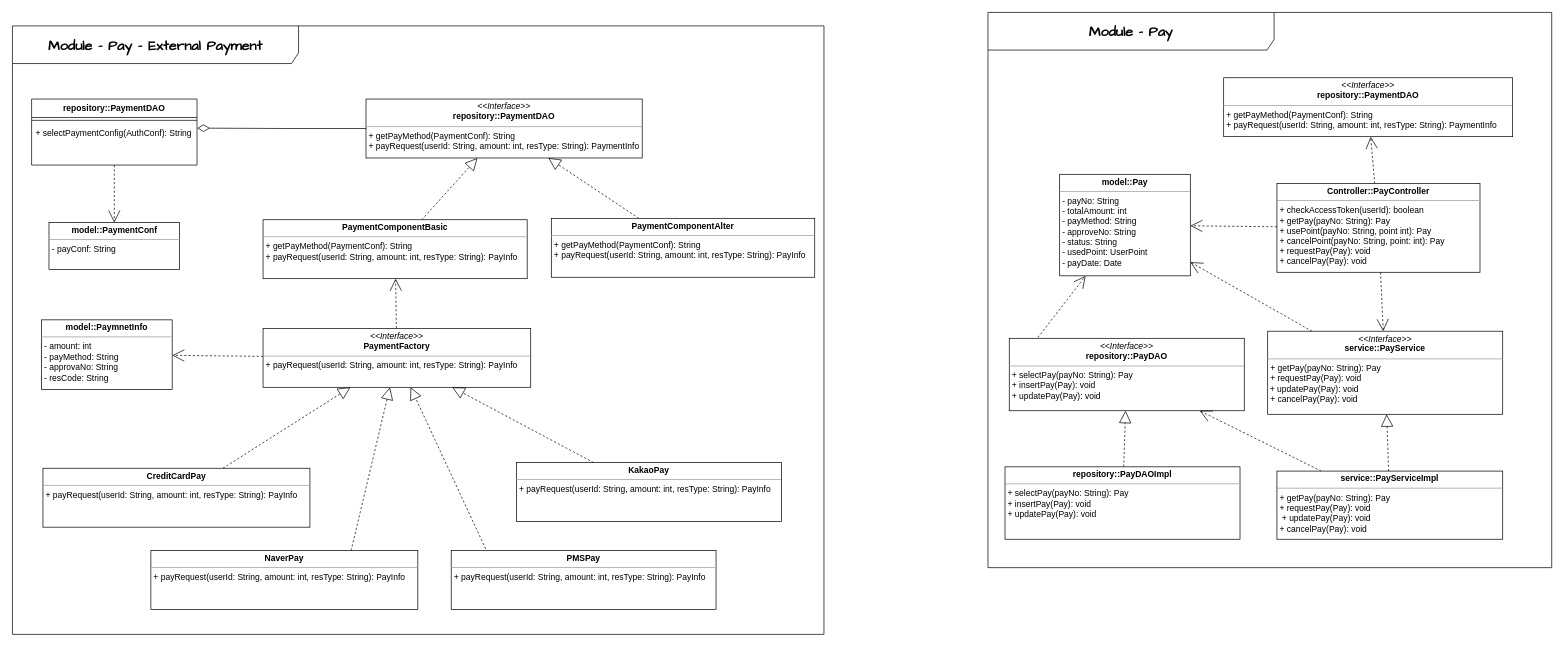
This is Module/Pay.drawio from coldmu/aa_exam, a draw.io file, before an edit. Source tidied: cells renumbered, new cells numbered last; positions are measured from the earlier drawing's top-left corner, leaving out a move shared by most shapes. Both pictures are drawn from the tidied source at 71%, with x=0, y=0 at pixel (12, 12).
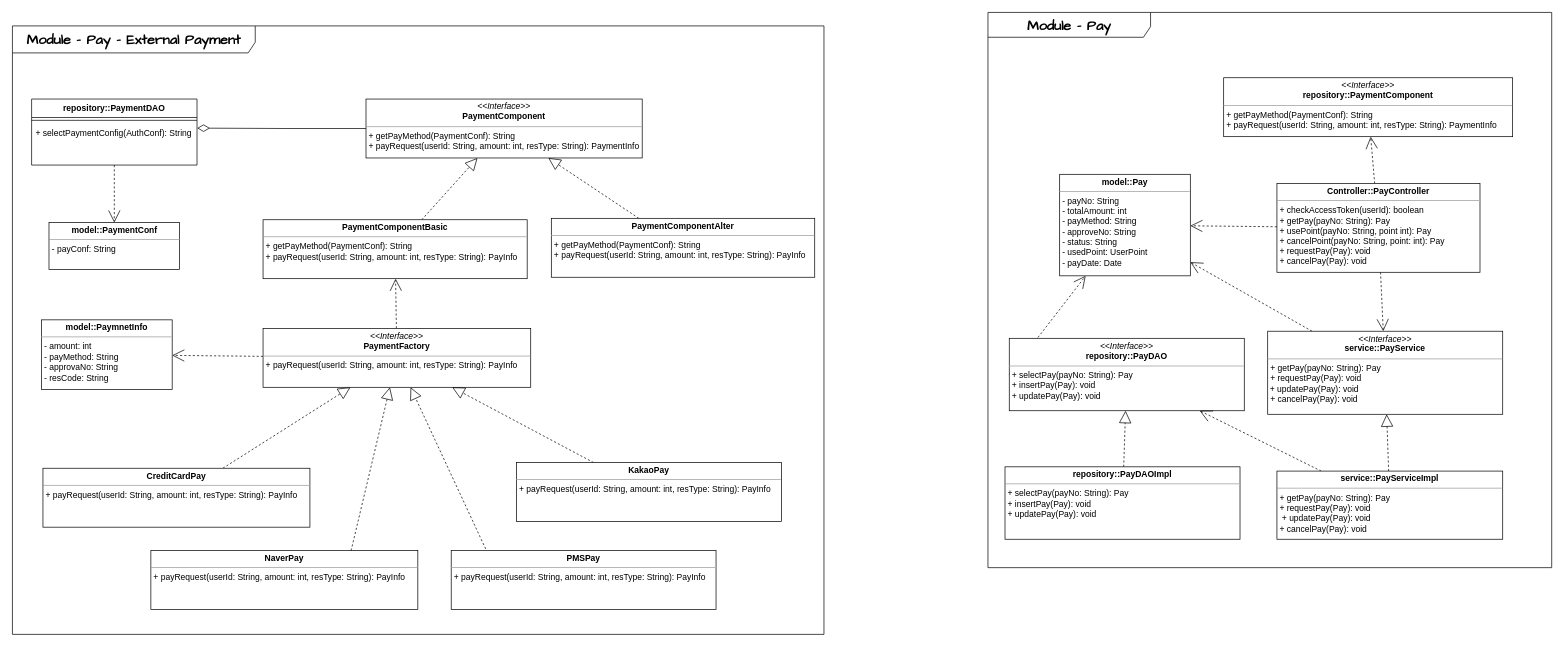
The same diagram, later.

What changed in the source:
```diff
@@
-    <mxCell id="6" value="&lt;b&gt;Module - Pay - External Payment&lt;/b&gt;" style="shape=umlFrame;whiteSpace=wrap;html=1;hachureGap=4;fontFamily=Architects Daughter;fontSize=20;width=403;height=53;labelBackgroundColor=none;rounded=0;" parent="1" vertex="1">
+    <mxCell id="6" value="&lt;b&gt;Module - Pay - External Payment&lt;/b&gt;" style="shape=umlFrame;whiteSpace=wrap;html=1;hachureGap=4;fontFamily=Architects Daughter;fontSize=20;width=342;height=38;labelBackgroundColor=none;rounded=0;" parent="1" vertex="1">
       <mxGeometry y="19" width="1143" height="857" as="geometry" />
     </mxCell>
@@
-    <mxCell id="8" value="&lt;p style=&quot;border-color: var(--border-color); margin: 4px 0px 0px; text-align: center;&quot;&gt;&lt;i style=&quot;border-color: var(--border-color);&quot;&gt;&amp;lt;&amp;lt;Interface&amp;gt;&amp;gt;&lt;/i&gt;&lt;br style=&quot;border-color: var(--border-color);&quot;&gt;&lt;b style=&quot;border-color: var(--border-color); background-color: initial;&quot;&gt;repository::PaymentDAO&lt;/b&gt;&lt;/p&gt;&lt;p style=&quot;border-color: var(--border-color); margin: 4px 0px 0px; text-align: center;&quot;&gt;&lt;/p&gt;&lt;hr style=&quot;border-color: var(--border-color);&quot; size=&quot;1&quot;&gt;&lt;p style=&quot;border-color: var(--border-color); margin: 0px 0px 0px 4px;&quot;&gt;+ getPayMethod(PaymentConf): String&lt;br style=&quot;border-color: var(--border-color);&quot;&gt;&lt;/p&gt;&lt;p style=&quot;border-color: var(--border-color); margin: 0px 0px 0px 4px;&quot;&gt;+ payRequest(userId: String, amount: int, resType: String): PaymentInfo&lt;/p&gt;" style="verticalAlign=top;align=left;overflow=fill;fontSize=12;fontFamily=Helvetica;html=1;whiteSpace=wrap;" parent="1" vertex="1">
+    <mxCell id="8" value="&lt;p style=&quot;border-color: var(--border-color); margin: 4px 0px 0px; text-align: center;&quot;&gt;&lt;i style=&quot;border-color: var(--border-color);&quot;&gt;&amp;lt;&amp;lt;Interface&amp;gt;&amp;gt;&lt;/i&gt;&lt;br style=&quot;border-color: var(--border-color);&quot;&gt;&lt;b style=&quot;border-color: var(--border-color); background-color: initial;&quot;&gt;PaymentComponent&lt;/b&gt;&lt;/p&gt;&lt;p style=&quot;border-color: var(--border-color); margin: 4px 0px 0px; text-align: center;&quot;&gt;&lt;/p&gt;&lt;hr style=&quot;border-color: var(--border-color);&quot; size=&quot;1&quot;&gt;&lt;p style=&quot;border-color: var(--border-color); margin: 0px 0px 0px 4px;&quot;&gt;+ getPayMethod(PaymentConf): String&lt;br style=&quot;border-color: var(--border-color);&quot;&gt;&lt;/p&gt;&lt;p style=&quot;border-color: var(--border-color); margin: 0px 0px 0px 4px;&quot;&gt;+ payRequest(userId: String, amount: int, resType: String): PaymentInfo&lt;/p&gt;" style="verticalAlign=top;align=left;overflow=fill;fontSize=12;fontFamily=Helvetica;html=1;whiteSpace=wrap;" parent="1" vertex="1">
       <mxGeometry x="498" y="122" width="389" height="83" as="geometry" />
     </mxCell>
@@
-    <mxCell id="23" value="&lt;b&gt;Module - Pay&lt;/b&gt;" style="shape=umlFrame;whiteSpace=wrap;html=1;hachureGap=4;fontFamily=Architects Daughter;fontSize=20;width=403;height=53;labelBackgroundColor=none;rounded=0;" parent="1" vertex="1">
+    <mxCell id="23" value="&lt;b&gt;Module - Pay&lt;/b&gt;" style="shape=umlFrame;whiteSpace=wrap;html=1;hachureGap=4;fontFamily=Architects Daughter;fontSize=20;width=229;height=35;labelBackgroundColor=none;rounded=0;" parent="1" vertex="1">
       <mxGeometry x="1374" width="794" height="782" as="geometry" />
     </mxCell>
-    <mxCell id="24" value="&lt;p style=&quot;margin:0px;margin-top:4px;text-align:center;&quot;&gt;&lt;i&gt;&amp;lt;&amp;lt;Interface&amp;gt;&amp;gt;&lt;/i&gt;&lt;br&gt;&lt;b style=&quot;background-color: initial;&quot;&gt;repository::PaymentDAO&lt;/b&gt;&lt;/p&gt;&lt;p style=&quot;margin:0px;margin-top:4px;text-align:center;&quot;&gt;&lt;/p&gt;&lt;hr size=&quot;1&quot;&gt;&lt;p style=&quot;margin:0px;margin-left:4px;&quot;&gt;+ getPayMethod(PaymentConf): String&lt;br&gt;&lt;/p&gt;&lt;p style=&quot;margin:0px;margin-left:4px;&quot;&gt;+ payRequest(userId: String, amount: int, resType: String): PaymentInfo&lt;/p&gt;&lt;p style=&quot;margin:0px;margin-left:4px;&quot;&gt;&lt;br&gt;&lt;/p&gt;" style="verticalAlign=top;align=left;overflow=fill;fontSize=12;fontFamily=Helvetica;html=1;whiteSpace=wrap;" parent="1" vertex="1">
+    <mxCell id="24" value="&lt;p style=&quot;margin:0px;margin-top:4px;text-align:center;&quot;&gt;&lt;i&gt;&amp;lt;&amp;lt;Interface&amp;gt;&amp;gt;&lt;/i&gt;&lt;br&gt;&lt;b style=&quot;background-color: initial;&quot;&gt;repository::PaymentComponent&lt;/b&gt;&lt;/p&gt;&lt;p style=&quot;margin:0px;margin-top:4px;text-align:center;&quot;&gt;&lt;/p&gt;&lt;hr size=&quot;1&quot;&gt;&lt;p style=&quot;margin:0px;margin-left:4px;&quot;&gt;+ getPayMethod(PaymentConf): String&lt;br&gt;&lt;/p&gt;&lt;p style=&quot;margin:0px;margin-left:4px;&quot;&gt;+ payRequest(userId: String, amount: int, resType: String): PaymentInfo&lt;/p&gt;&lt;p style=&quot;margin:0px;margin-left:4px;&quot;&gt;&lt;br&gt;&lt;/p&gt;" style="verticalAlign=top;align=left;overflow=fill;fontSize=12;fontFamily=Helvetica;html=1;whiteSpace=wrap;" parent="1" vertex="1">
       <mxGeometry x="1706" y="92" width="407" height="83" as="geometry" />
     </mxCell>
```
